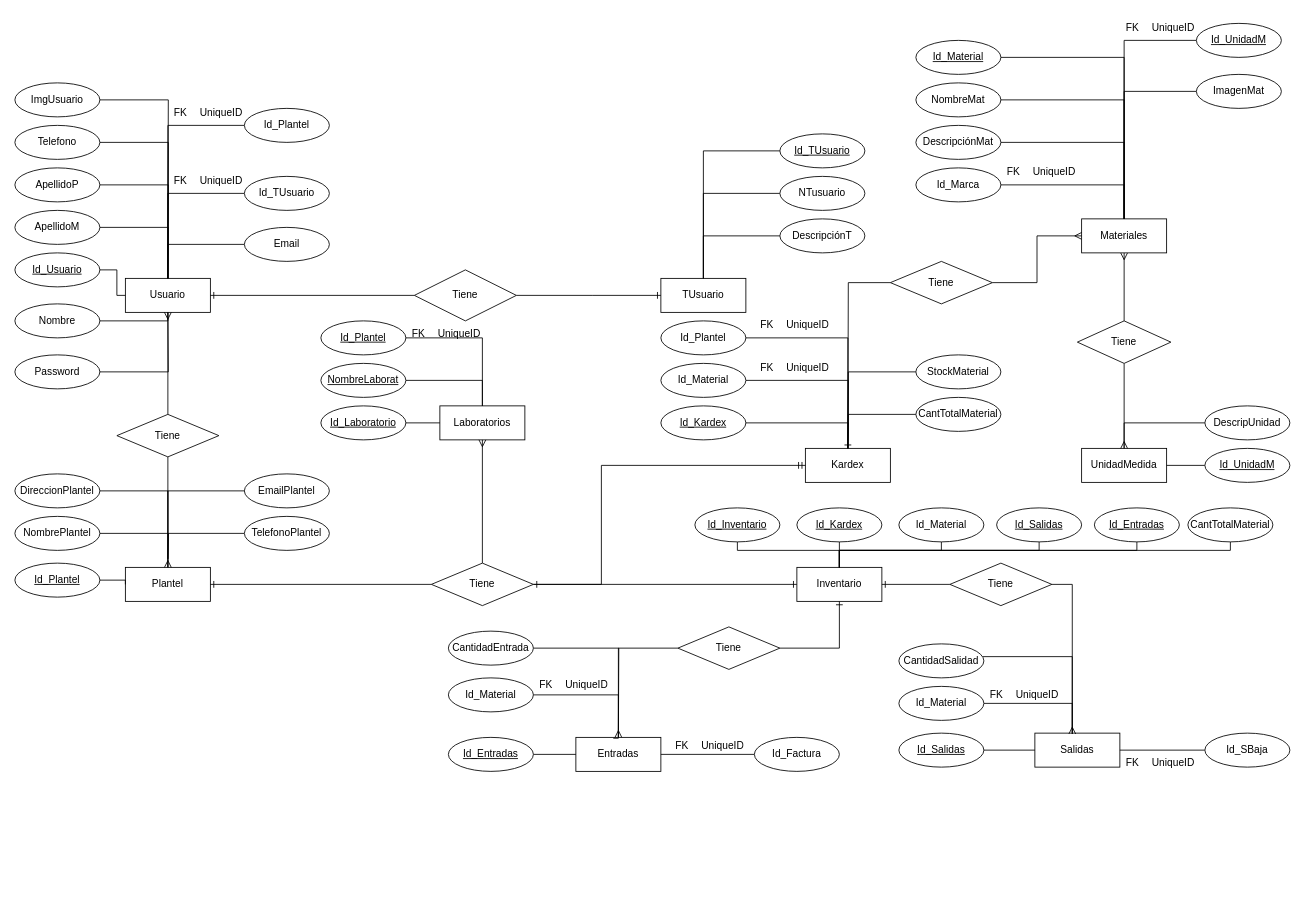
This is page "Eentidad Realacion" (1 of 2) of Diagrama sin título.drawio from JlchavezG/ContruccionBd, a draw.io file, before an edit. Source tidied: cells renumbered, new cells numbered last; positions are measured from the earlier drawing's top-left corner, leaving out a move shared by most shapes. Both pictures are drawn from the tidied source at 85%, with x=0, y=0 at pixel (14, 14).
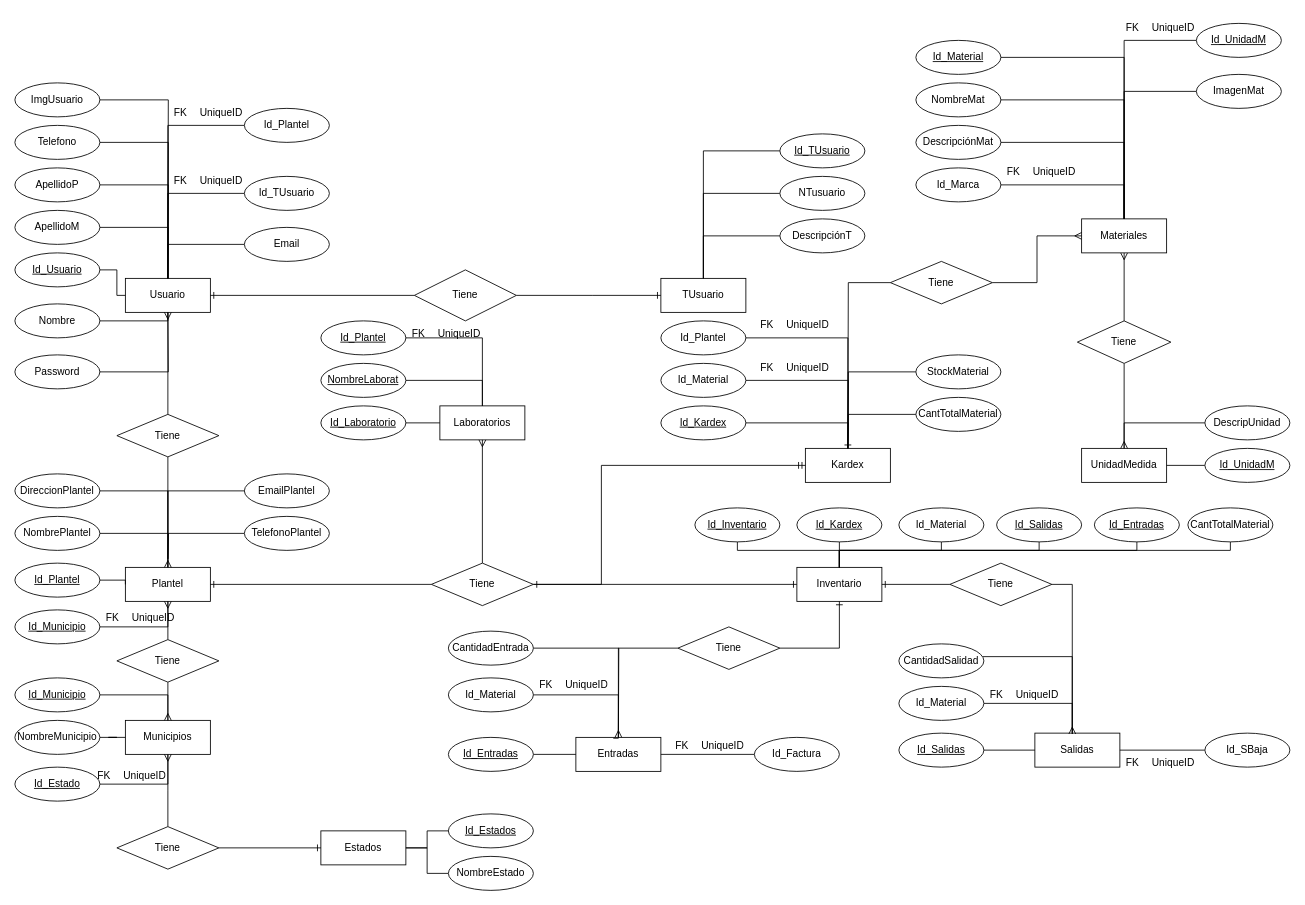
The same diagram, later.

Commit message:
actualizo plantel

Unchanged cells that the change refers to:
```xml
<mxCell id="56" value="Plantel" style="whiteSpace=wrap;html=1;align=center;" parent="1" vertex="1">
  <mxGeometry x="130" y="650" width="100" height="40" as="geometry" />
</mxCell>
```

Diff of the diagram source:
```diff
@@
+    <mxCell id="175" style="edgeStyle=orthogonalEdgeStyle;rounded=0;jettySize=auto;html=1;entryX=0.5;entryY=1;entryDx=0;entryDy=0;endArrow=none;endFill=0;" parent="1" edge="1" source="176" target="56">
+      <mxGeometry relative="1" as="geometry" />
+    </mxCell>
+    <mxCell id="176" value="Id_Municipio" style="ellipse;whiteSpace=wrap;html=1;align=center;fontStyle=4;" parent="1" vertex="1">
+      <mxGeometry y="700" width="100" height="40" as="geometry" />
+    </mxCell>
+    <mxCell id="177" style="edgeStyle=orthogonalEdgeStyle;rounded=0;jettySize=auto;html=1;entryX=0.5;entryY=1;entryDx=0;entryDy=0;endArrow=none;endFill=0;" parent="1" edge="1" source="178" target="179">
+      <mxGeometry relative="1" as="geometry" />
+    </mxCell>
+    <mxCell id="178" value="Id_Estado" style="ellipse;whiteSpace=wrap;html=1;align=center;fontStyle=4;" parent="1" vertex="1">
+      <mxGeometry y="885" width="100" height="40" as="geometry" />
+    </mxCell>
+    <mxCell id="179" value="Municipios" style="whiteSpace=wrap;html=1;align=center;" parent="1" vertex="1">
+      <mxGeometry x="130" y="830" width="100" height="40" as="geometry" />
+    </mxCell>
+    <mxCell id="180" style="edgeStyle=orthogonalEdgeStyle;rounded=0;jettySize=auto;html=1;entryX=0;entryY=0.5;entryDx=0;entryDy=0;endArrow=none;endFill=0;" parent="1" edge="1" source="181" target="179">
+      <mxGeometry relative="1" as="geometry" />
+    </mxCell>
+    <mxCell id="181" value="NombreMunicipio" style="ellipse;whiteSpace=wrap;html=1;align=center;" parent="1" vertex="1">
+      <mxGeometry y="830" width="100" height="40" as="geometry" />
+    </mxCell>
+    <mxCell id="182" style="edgeStyle=orthogonalEdgeStyle;rounded=0;jettySize=auto;html=1;endArrow=none;endFill=0;" parent="1" edge="1" source="183" target="179">
+      <mxGeometry relative="1" as="geometry" />
+    </mxCell>
+    <mxCell id="183" value="Id_Municipio" style="ellipse;whiteSpace=wrap;html=1;align=center;fontStyle=4;" parent="1" vertex="1">
+      <mxGeometry y="780" width="100" height="40" as="geometry" />
+    </mxCell>
+    <mxCell id="184" style="edgeStyle=orthogonalEdgeStyle;rounded=0;jettySize=auto;html=1;endArrow=ERmany;endFill=0;" parent="1" edge="1" source="186">
+      <mxGeometry relative="1" as="geometry">
+        <mxPoint x="180" y="690" as="targetPoint" />
+      </mxGeometry>
+    </mxCell>
+    <mxCell id="185" style="edgeStyle=orthogonalEdgeStyle;rounded=0;jettySize=auto;html=1;entryX=0.5;entryY=0;entryDx=0;entryDy=0;endArrow=ERmany;endFill=0;" parent="1" edge="1" source="186" target="179">
+      <mxGeometry relative="1" as="geometry" />
+    </mxCell>
+    <mxCell id="186" value="Tiene" style="shape=rhombus;perimeter=rhombusPerimeter;whiteSpace=wrap;html=1;align=center;" parent="1" vertex="1">
+      <mxGeometry x="120" y="735" width="120" height="50" as="geometry" />
+    </mxCell>
+    <mxCell id="187" value="Estados" style="whiteSpace=wrap;html=1;align=center;" parent="1" vertex="1">
+      <mxGeometry x="360" y="960" width="100" height="40" as="geometry" />
+    </mxCell>
+    <mxCell id="188" style="edgeStyle=orthogonalEdgeStyle;rounded=0;jettySize=auto;html=1;exitX=0;exitY=0.5;exitDx=0;exitDy=0;entryX=1;entryY=0.5;entryDx=0;entryDy=0;endArrow=none;endFill=0;" parent="1" edge="1" source="189" target="187">
+      <mxGeometry relative="1" as="geometry" />
+    </mxCell>
+    <mxCell id="189" value="Id_Estados" style="ellipse;whiteSpace=wrap;html=1;align=center;fontStyle=4;" parent="1" vertex="1">
+      <mxGeometry x="510" y="940" width="100" height="40" as="geometry" />
+    </mxCell>
+    <mxCell id="190" style="edgeStyle=orthogonalEdgeStyle;rounded=0;jettySize=auto;html=1;entryX=1;entryY=0.5;entryDx=0;entryDy=0;endArrow=none;endFill=0;" parent="1" edge="1" source="191" target="187">
+      <mxGeometry relative="1" as="geometry" />
+    </mxCell>
+    <mxCell id="191" value="NombreEstado" style="ellipse;whiteSpace=wrap;html=1;align=center;" parent="1" vertex="1">
+      <mxGeometry x="510" y="990" width="100" height="40" as="geometry" />
+    </mxCell>
+    <mxCell id="192" style="edgeStyle=orthogonalEdgeStyle;rounded=0;jettySize=auto;html=1;endArrow=ERmany;endFill=0;" parent="1" edge="1" source="194">
+      <mxGeometry relative="1" as="geometry">
+        <mxPoint x="180" y="870" as="targetPoint" />
+      </mxGeometry>
+    </mxCell>
+    <mxCell id="193" style="edgeStyle=orthogonalEdgeStyle;rounded=0;jettySize=auto;html=1;exitX=1;exitY=0.5;exitDx=0;exitDy=0;entryX=0;entryY=0.5;entryDx=0;entryDy=0;endArrow=ERone;endFill=0;" parent="1" edge="1" source="194" target="187">
+      <mxGeometry relative="1" as="geometry" />
+    </mxCell>
+    <mxCell id="194" value="Tiene" style="shape=rhombus;perimeter=rhombusPerimeter;whiteSpace=wrap;html=1;align=center;" parent="1" vertex="1">
+      <mxGeometry x="120" y="955" width="120" height="50" as="geometry" />
+    </mxCell>
+    <mxCell id="195" style="shape=table;startSize=0;childLayout=tableLayout;rowLines=0;fontStyle=0;align=center;strokeColor=none;fillColor=none;" parent="1" vertex="1">
+      <mxGeometry x="90" y="880" width="180" height="30" as="geometry" />
+    </mxCell>
+    <mxCell id="196" style="shape=tableRow;horizontal=0;startSize=0;swimlaneHead=0;swimlaneBody=0;fillColor=none;top=0;left=0;right=0;bottom=0;" parent="195" vertex="1">
+      <mxGeometry width="180" height="30" as="geometry" />
+    </mxCell>
+    <mxCell id="197" value="FK" style="shape=partialRectangle;fillColor=none;top=0;left=0;bottom=0;right=0;fontStyle=0;overflow=hidden;whiteSpace=wrap;html=1;" parent="196" vertex="1">
+      <mxGeometry width="30" height="30" as="geometry" />
+    </mxCell>
+    <mxCell id="198" value="UniqueID" style="shape=partialRectangle;fillColor=none;top=0;left=0;bottom=0;right=0;align=left;spacingLeft=6;fontStyle=0;overflow=hidden;whiteSpace=wrap;html=1;" parent="196" vertex="1">
+      <mxGeometry x="30" width="150" height="30" as="geometry" />
+    </mxCell>
+    <mxCell id="199" style="shape=table;startSize=0;childLayout=tableLayout;rowLines=0;fontStyle=0;align=center;strokeColor=none;fillColor=none;" parent="1" vertex="1">
+      <mxGeometry x="100" y="695" width="180" height="30" as="geometry" />
+    </mxCell>
+    <mxCell id="200" style="shape=tableRow;horizontal=0;startSize=0;swimlaneHead=0;swimlaneBody=0;fillColor=none;top=0;left=0;right=0;bottom=0;" parent="199" vertex="1">
+      <mxGeometry width="180" height="30" as="geometry" />
+    </mxCell>
+    <mxCell id="201" value="FK" style="shape=partialRectangle;fillColor=none;top=0;left=0;bottom=0;right=0;fontStyle=0;overflow=hidden;whiteSpace=wrap;html=1;" parent="200" vertex="1">
+      <mxGeometry width="30" height="30" as="geometry" />
+    </mxCell>
+    <mxCell id="202" value="UniqueID" style="shape=partialRectangle;fillColor=none;top=0;left=0;bottom=0;right=0;align=left;spacingLeft=6;fontStyle=0;overflow=hidden;whiteSpace=wrap;html=1;" parent="200" vertex="1">
+      <mxGeometry x="30" width="150" height="30" as="geometry" />
+    </mxCell>
```
